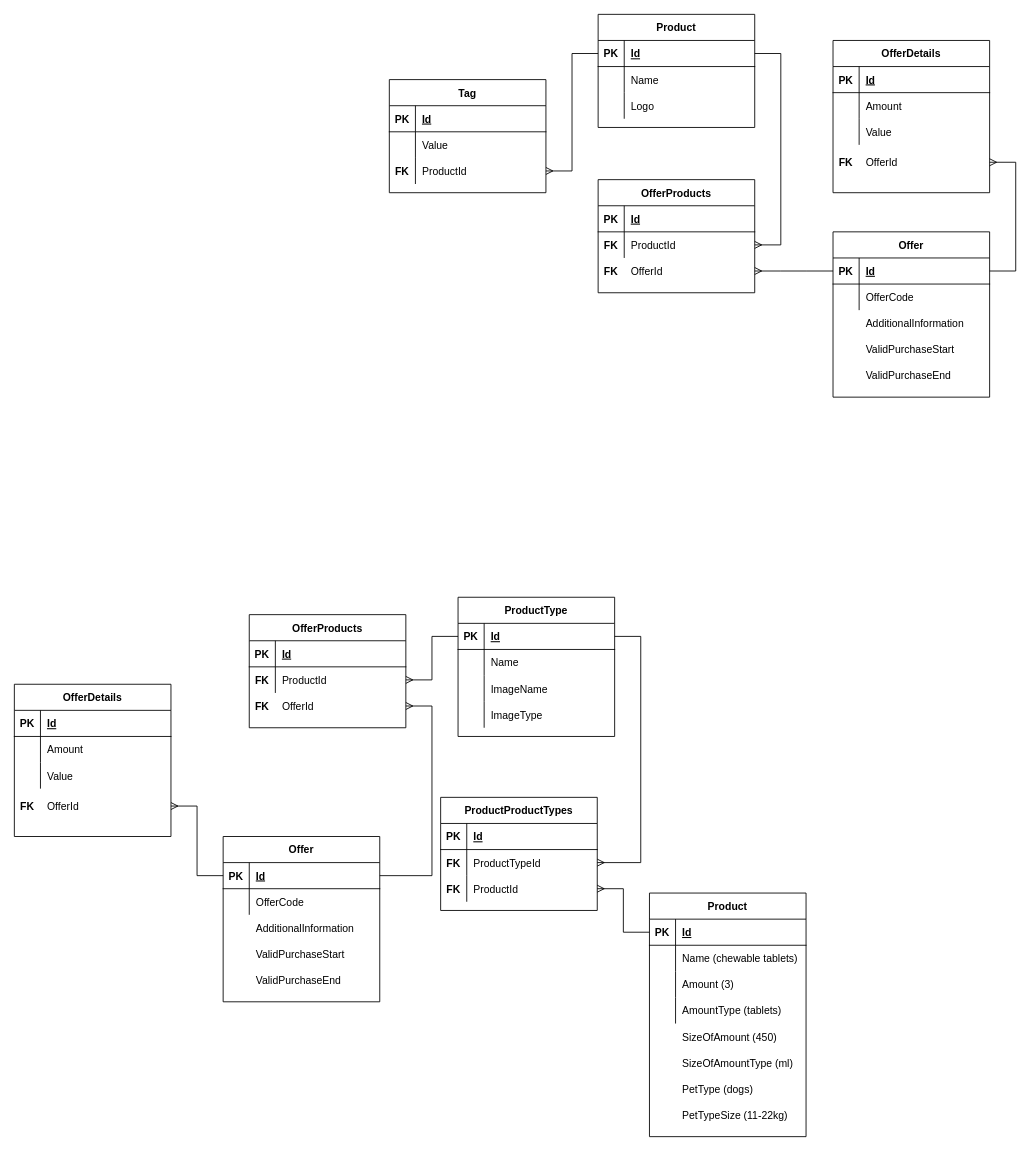
Above: Documentation/Wireframes/EditableDocuments/database-design.drawio in hbux/ElancoRebatesProject (draw.io), before the change. Source tidied: cells renumbered, new cells numbered last; positions are measured from the earlier drawing's top-left corner, leaving out a move shared by most shapes. Both pictures are drawn from the tidied source at 87%, with x=0, y=0 at pixel (14, 14).
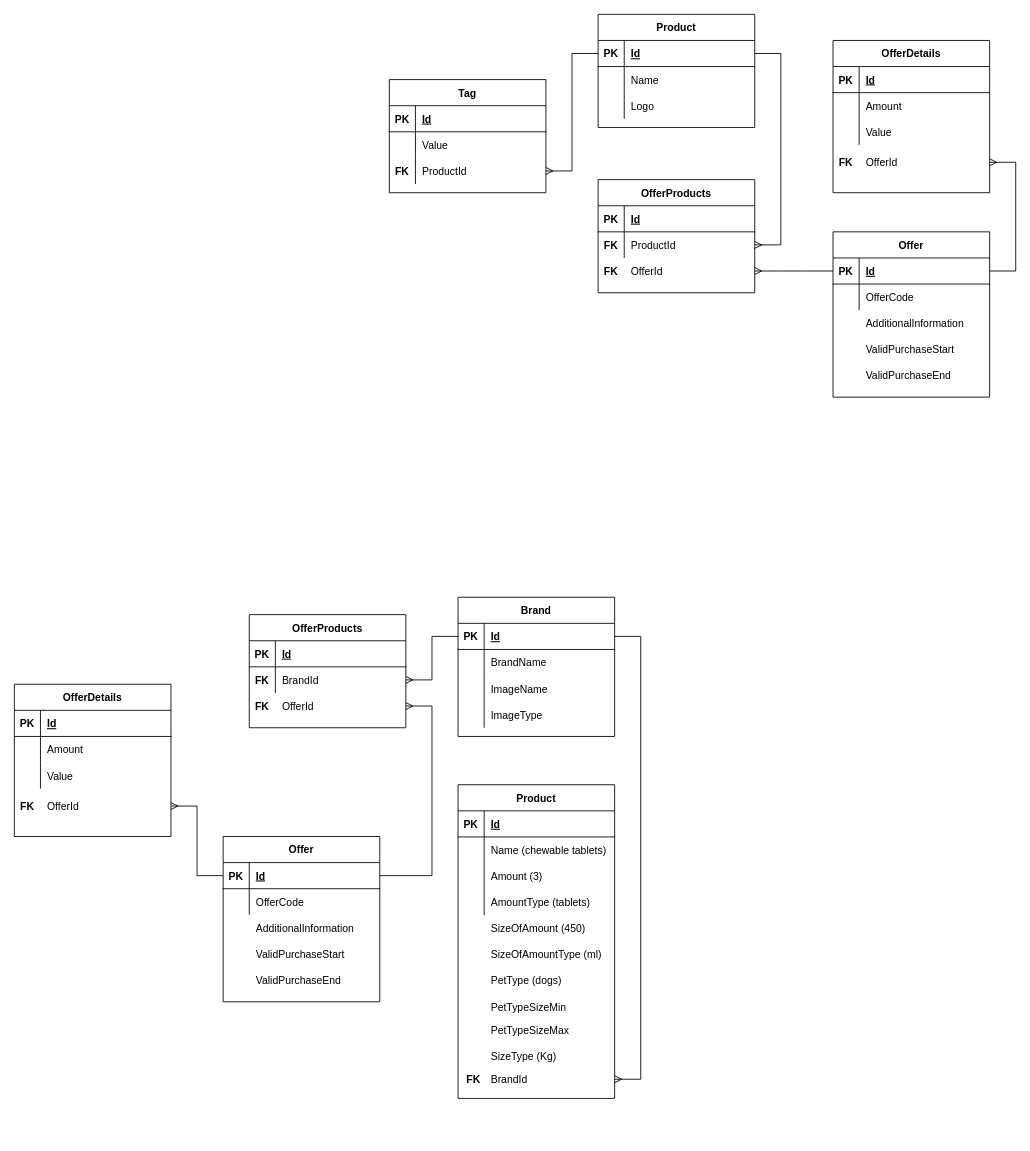
After the change.

Unchanged cells that the change refers to:
```xml
<mxCell id="70" style="shape=tableRow;horizontal=0;startSize=0;swimlaneHead=0;swimlaneBody=0;fillColor=none;points=[[0,0.5],[1,0.5]];portConstraint=eastwest;top=0;left=0;right=0;bottom=1;" parent="69" vertex="1">
  <mxGeometry y="30" width="180" height="30" as="geometry" />
</mxCell>
<mxCell id="73" style="shape=tableRow;horizontal=0;startSize=0;swimlaneHead=0;swimlaneBody=0;fillColor=none;top=0;left=0;right=0;bottom=0;" parent="69" vertex="1">
  <mxGeometry y="60" width="180" height="30" as="geometry" />
</mxCell>
<mxCell id="83" style="shape=tableRow;horizontal=0;startSize=0;swimlaneHead=0;swimlaneBody=0;fillColor=none;points=[[0,0.5],[1,0.5]];portConstraint=eastwest;top=0;left=0;right=0;bottom=1;" parent="82" vertex="1">
  <mxGeometry y="30" width="180" height="30" as="geometry" />
</mxCell>
<mxCell id="139" style="shape=tableRow;horizontal=0;startSize=0;swimlaneHead=0;swimlaneBody=0;fillColor=none;points=[[0,0.5],[1,0.5]];portConstraint=eastwest;top=0;left=0;right=0;bottom=0;" parent="135" vertex="1">
  <mxGeometry y="60" width="180" height="30" as="geometry" />
</mxCell>
```

The edit, as a diff of the source:
```diff
@@
-    <mxCell id="69" value="ProductType" style="shape=table;startSize=30;childLayout=tableLayout;rowLines=0;fontStyle=1;align=center;" parent="1" vertex="1">
+    <mxCell id="69" value="Brand" style="shape=table;startSize=30;childLayout=tableLayout;rowLines=0;fontStyle=1;align=center;" parent="1" vertex="1">
       <mxGeometry x="510" y="670" width="180" height="160" as="geometry" />
     </mxCell>
@@
-    <mxCell id="75" value="Name" style="shape=partialRectangle;fillColor=none;top=0;left=0;bottom=0;right=0;align=left;spacingLeft=6;overflow=hidden;" parent="73" vertex="1">
+    <mxCell id="75" value="BrandName" style="shape=partialRectangle;fillColor=none;top=0;left=0;bottom=0;right=0;align=left;spacingLeft=6;overflow=hidden;" parent="73" vertex="1">
       <mxGeometry x="30" width="150" height="30" as="geometry" />
     </mxCell>
@@
     <mxCell id="82" value="Product" style="shape=table;startSize=30;childLayout=tableLayout;rowLines=0;fontStyle=1;align=center;" parent="1" vertex="1">
-      <mxGeometry x="730" y="1010" width="180" height="280" as="geometry" />
+      <mxGeometry x="510" y="885.5" width="180" height="360.5" as="geometry" />
     </mxCell>
@@
     <mxCell id="95" style="shape=tableRow;horizontal=0;startSize=0;swimlaneHead=0;swimlaneBody=0;fillColor=none;top=0;left=0;right=0;bottom=0;" parent="1" vertex="1">
-      <mxGeometry x="730" y="1220" width="180" height="30" as="geometry" />
+      <mxGeometry x="510" y="1095.5" width="180" height="30" as="geometry" />
     </mxCell>
@@
     <mxCell id="98" style="shape=tableRow;horizontal=0;startSize=0;swimlaneHead=0;swimlaneBody=0;fillColor=none;top=0;left=0;right=0;bottom=0;" parent="1" vertex="1">
-      <mxGeometry x="730" y="1160" width="180" height="30" as="geometry" />
+      <mxGeometry x="510" y="1035.5" width="180" height="30" as="geometry" />
     </mxCell>
@@
     <mxCell id="101" style="shape=tableRow;horizontal=0;startSize=0;swimlaneHead=0;swimlaneBody=0;fillColor=none;top=0;left=0;right=0;bottom=0;" parent="1" vertex="1">
-      <mxGeometry x="730" y="1250" width="180" height="30" as="geometry" />
+      <mxGeometry x="510" y="1125.5" width="180" height="30" as="geometry" />
     </mxCell>
@@
-    <mxCell id="103" value="PetTypeSize (11-22kg)" style="shape=partialRectangle;fillColor=none;top=0;left=0;bottom=0;right=0;align=left;spacingLeft=6;overflow=hidden;" parent="101" vertex="1">
+    <mxCell id="103" value="PetTypeSizeMin" style="shape=partialRectangle;fillColor=none;top=0;left=0;bottom=0;right=0;align=left;spacingLeft=6;overflow=hidden;" parent="101" vertex="1">
       <mxGeometry x="30" width="150" height="30" as="geometry" />
     </mxCell>
     <mxCell id="104" style="shape=tableRow;horizontal=0;startSize=0;swimlaneHead=0;swimlaneBody=0;fillColor=none;top=0;left=0;right=0;bottom=0;" parent="1" vertex="1">
-      <mxGeometry x="730" y="1190" width="180" height="30" as="geometry" />
+      <mxGeometry x="510" y="1065.5" width="180" height="30" as="geometry" />
     </mxCell>
@@
-    <mxCell id="107" value="ProductProductTypes" style="shape=table;startSize=30;childLayout=tableLayout;rowLines=0;fontStyle=1;align=center;" parent="1" vertex="1">
-      <mxGeometry x="490" y="900" width="180" height="130" as="geometry" />
-    </mxCell>
-    <mxCell id="108" style="shape=tableRow;horizontal=0;startSize=0;swimlaneHead=0;swimlaneBody=0;fillColor=none;top=0;left=0;right=0;bottom=1;" parent="107" vertex="1">
-      <mxGeometry y="30" width="180" height="30" as="geometry" />
-    </mxCell>
-    <mxCell id="109" value="PK" style="shape=partialRectangle;fillColor=none;top=0;left=0;bottom=0;right=0;fontStyle=1;overflow=hidden;" parent="108" vertex="1">
-      <mxGeometry width="30" height="30" as="geometry" />
-    </mxCell>
-    <mxCell id="110" value="Id" style="shape=partialRectangle;fillColor=none;top=0;left=0;bottom=0;right=0;align=left;spacingLeft=6;fontStyle=5;overflow=hidden;" parent="108" vertex="1">
-      <mxGeometry x="30" width="150" height="30" as="geometry" />
-    </mxCell>
-    <mxCell id="111" style="shape=tableRow;horizontal=0;startSize=0;swimlaneHead=0;swimlaneBody=0;fillColor=none;points=[[0,0.5],[1,0.5]];portConstraint=eastwest;top=0;left=0;right=0;bottom=0;" parent="107" vertex="1">
-      <mxGeometry y="60" width="180" height="30" as="geometry" />
-    </mxCell>
-    <mxCell id="112" style="shape=partialRectangle;fillColor=none;top=0;left=0;bottom=0;right=0;overflow=hidden;" parent="111" vertex="1">
-      <mxGeometry width="30" height="30" as="geometry" />
-    </mxCell>
-    <mxCell id="113" value="ProductTypeId" style="shape=partialRectangle;fillColor=none;top=0;left=0;bottom=0;right=0;align=left;spacingLeft=6;overflow=hidden;" parent="111" vertex="1">
-      <mxGeometry x="30" width="150" height="30" as="geometry" />
-    </mxCell>
-    <mxCell id="114" style="shape=tableRow;horizontal=0;startSize=0;swimlaneHead=0;swimlaneBody=0;fillColor=none;points=[[0,0.5],[1,0.5]];portConstraint=eastwest;top=0;left=0;right=0;bottom=0;" parent="107" vertex="1">
-      <mxGeometry y="90" width="180" height="30" as="geometry" />
-    </mxCell>
-    <mxCell id="115" style="shape=partialRectangle;fillColor=none;top=0;left=0;bottom=0;right=0;overflow=hidden;" parent="114" vertex="1">
-      <mxGeometry width="30" height="30" as="geometry" />
-    </mxCell>
-    <mxCell id="116" value="ProductId" style="shape=partialRectangle;fillColor=none;top=0;left=0;bottom=0;right=0;align=left;spacingLeft=6;overflow=hidden;" parent="114" vertex="1">
-      <mxGeometry x="30" width="150" height="30" as="geometry" />
-    </mxCell>
-    <mxCell id="117" value="FK" style="shape=partialRectangle;fillColor=none;top=0;left=0;bottom=0;right=0;fontStyle=1;overflow=hidden;" parent="1" vertex="1">
-      <mxGeometry x="490" y="960" width="30" height="30" as="geometry" />
-    </mxCell>
-    <mxCell id="118" value="FK" style="shape=partialRectangle;fillColor=none;top=0;left=0;bottom=0;right=0;fontStyle=1;overflow=hidden;" parent="1" vertex="1">
-      <mxGeometry x="490" y="990" width="30" height="30" as="geometry" />
-    </mxCell>
-    <mxCell id="119" style="edgeStyle=entityRelationEdgeStyle;fontSize=12;html=1;endArrow=ERmany;rounded=0;" parent="1" edge="1" source="83" target="114">
-      <mxGeometry relative="1" as="geometry" />
-    </mxCell>
-    <mxCell id="120" style="edgeStyle=entityRelationEdgeStyle;fontSize=12;html=1;endArrow=ERmany;rounded=0;" parent="1" edge="1" source="70" target="111">
-      <mxGeometry relative="1" as="geometry" />
-    </mxCell>
@@
-    <mxCell id="141" value="ProductId" style="shape=partialRectangle;fillColor=none;top=0;left=0;bottom=0;right=0;align=left;spacingLeft=6;overflow=hidden;" parent="139" vertex="1">
+    <mxCell id="141" value="BrandId" style="shape=partialRectangle;fillColor=none;top=0;left=0;bottom=0;right=0;align=left;spacingLeft=6;overflow=hidden;" parent="139" vertex="1">
       <mxGeometry x="30" width="150" height="30" as="geometry" />
     </mxCell>
@@
+    <mxCell id="164" style="shape=tableRow;horizontal=0;startSize=0;swimlaneHead=0;swimlaneBody=0;fillColor=none;points=[[0,0.5],[1,0.5]];portConstraint=eastwest;top=0;left=0;right=0;bottom=0;" parent="1" vertex="1">
+      <mxGeometry x="510" y="1209" width="180" height="30" as="geometry" />
+    </mxCell>
+    <mxCell id="165" style="shape=partialRectangle;fillColor=none;top=0;left=0;bottom=0;right=0;overflow=hidden;" parent="164" vertex="1">
+      <mxGeometry width="30" height="30" as="geometry" />
+    </mxCell>
+    <mxCell id="166" value="BrandId" style="shape=partialRectangle;fillColor=none;top=0;left=0;bottom=0;right=0;align=left;spacingLeft=6;overflow=hidden;" parent="164" vertex="1">
+      <mxGeometry x="30" width="150" height="30" as="geometry" />
+    </mxCell>
+    <mxCell id="167" value="FK" style="shape=partialRectangle;fillColor=none;top=0;left=0;bottom=0;right=0;fontStyle=1;overflow=hidden;" parent="1" vertex="1">
+      <mxGeometry x="513" y="1209" width="30" height="30" as="geometry" />
+    </mxCell>
+    <mxCell id="168" style="edgeStyle=entityRelationEdgeStyle;fontSize=12;html=1;endArrow=ERmany;rounded=0;" parent="1" edge="1" source="70" target="164">
+      <mxGeometry relative="1" as="geometry" />
+    </mxCell>
+    <mxCell id="169" style="shape=tableRow;horizontal=0;startSize=0;swimlaneHead=0;swimlaneBody=0;fillColor=none;top=0;left=0;right=0;bottom=0;" parent="1" vertex="1">
+      <mxGeometry x="510" y="1153" width="180" height="30" as="geometry" />
+    </mxCell>
+    <mxCell id="170" style="shape=partialRectangle;fillColor=none;top=0;left=0;bottom=0;right=0;overflow=hidden;" parent="169" vertex="1">
+      <mxGeometry width="30" height="30" as="geometry" />
+    </mxCell>
+    <mxCell id="171" value="PetTypeSizeMax" style="shape=partialRectangle;fillColor=none;top=0;left=0;bottom=0;right=0;align=left;spacingLeft=6;overflow=hidden;" parent="169" vertex="1">
+      <mxGeometry x="30" width="150" height="30" as="geometry" />
+    </mxCell>
+    <mxCell id="172" style="shape=tableRow;horizontal=0;startSize=0;swimlaneHead=0;swimlaneBody=0;fillColor=none;top=0;left=0;right=0;bottom=0;" parent="1" vertex="1">
+      <mxGeometry x="510" y="1182" width="180" height="30" as="geometry" />
+    </mxCell>
+    <mxCell id="173" style="shape=partialRectangle;fillColor=none;top=0;left=0;bottom=0;right=0;overflow=hidden;" parent="172" vertex="1">
+      <mxGeometry width="30" height="30" as="geometry" />
+    </mxCell>
+    <mxCell id="174" value="SizeType (Kg)" style="shape=partialRectangle;fillColor=none;top=0;left=0;bottom=0;right=0;align=left;spacingLeft=6;overflow=hidden;" parent="172" vertex="1">
+      <mxGeometry x="30" width="150" height="30" as="geometry" />
+    </mxCell>
```
